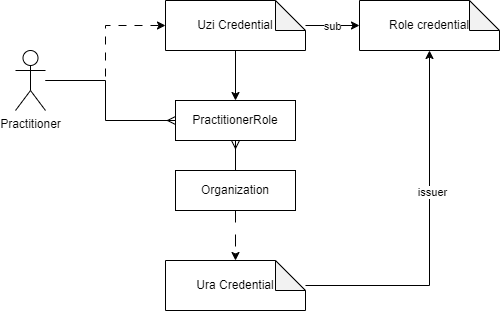
Before: input/images/Trust_structure_2.png, a diagram exported from draw.io (SanteonNL/shared-care-planning). Source tidied: cells renumbered, new cells last; positions are measured from the earlier drawing's top-left corner, leaving out a move shared by most shapes.
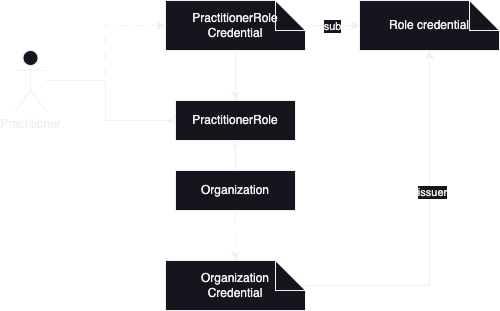
Above is the later version.

Commit message:
deleted uzi and ura from trust picture

Diff of the diagram source:
```diff
@@ -16,7 +16,7 @@
     <mxCell id="4" style="edgeStyle=orthogonalEdgeStyle;rounded=0;jettySize=auto;html=1;entryX=0.5;entryY=0;entryDx=0;entryDy=0;" parent="1" edge="1" source="5" target="6">
       <mxGeometry relative="1" as="geometry" />
     </mxCell>
-    <mxCell id="5" value="&lt;div style=&quot;text-align: start;&quot;&gt;&lt;div&gt;Uzi Credential&lt;/div&gt;&lt;div&gt;&lt;/div&gt;&lt;div&gt;&lt;/div&gt;&lt;/div&gt;&lt;div style=&quot;text-align: start;&quot;&gt;&lt;div&gt;&lt;/div&gt;&lt;/div&gt;" style="shape=note;whiteSpace=wrap;html=1;backgroundOutline=1;darkOpacity=0.05;" parent="1" vertex="1">
+    <mxCell id="5" value="&lt;div style=&quot;&quot;&gt;&lt;div style=&quot;&quot;&gt;PractitionerRole Credential&lt;/div&gt;&lt;div&gt;&lt;/div&gt;&lt;div&gt;&lt;/div&gt;&lt;/div&gt;&lt;div style=&quot;text-align: start;&quot;&gt;&lt;div&gt;&lt;/div&gt;&lt;/div&gt;" style="shape=note;whiteSpace=wrap;html=1;backgroundOutline=1;darkOpacity=0.05;" parent="1" vertex="1">
       <mxGeometry x="150" width="140" height="50" as="geometry" />
     </mxCell>
     <mxCell id="6" value="&lt;div style=&quot;text-align: start;&quot;&gt;PractitionerRole&lt;/div&gt;&lt;div style=&quot;text-align: start;&quot;&gt;&lt;div&gt;&lt;/div&gt;&lt;/div&gt;" style="rounded=0;whiteSpace=wrap;html=1;" parent="1" vertex="1">
@@ -34,7 +34,7 @@
     <mxCell id="10" value="issuer" style="edgeLabel;html=1;align=center;verticalAlign=middle;" parent="9" vertex="1">
       <mxGeometry x="0.22" y="-2" relative="1" as="geometry" />
     </mxCell>
-    <mxCell id="11" value="&lt;div style=&quot;text-align: start;&quot;&gt;&lt;div&gt;Ura Credential&lt;br&gt;&lt;/div&gt;&lt;div&gt;&lt;/div&gt;&lt;div&gt;&lt;/div&gt;&lt;/div&gt;&lt;div style=&quot;text-align: start;&quot;&gt;&lt;div&gt;&lt;/div&gt;&lt;/div&gt;" style="shape=note;whiteSpace=wrap;html=1;backgroundOutline=1;darkOpacity=0.05;" parent="1" vertex="1">
+    <mxCell id="11" value="&lt;div style=&quot;&quot;&gt;&lt;div&gt;&lt;div style=&quot;&quot;&gt;&lt;span style=&quot;background-color: initial;&quot;&gt;Organization&lt;/span&gt;&lt;/div&gt;&lt;div style=&quot;&quot;&gt;&lt;span style=&quot;background-color: initial;&quot;&gt;Credential&lt;/span&gt;&lt;/div&gt;&lt;/div&gt;&lt;div&gt;&lt;/div&gt;&lt;div&gt;&lt;/div&gt;&lt;/div&gt;&lt;div style=&quot;text-align: start;&quot;&gt;&lt;div&gt;&lt;/div&gt;&lt;/div&gt;" style="shape=note;whiteSpace=wrap;html=1;backgroundOutline=1;darkOpacity=0.05;" parent="1" vertex="1">
       <mxGeometry x="150" y="260" width="140" height="50" as="geometry" />
     </mxCell>
     <mxCell id="12" style="edgeStyle=orthogonalEdgeStyle;rounded=0;jettySize=auto;html=1;entryX=0.5;entryY=0;entryDx=0;entryDy=0;entryPerimeter=0;dashed=1;dashPattern=12 12;" parent="1" edge="1" source="8" target="11">
```
